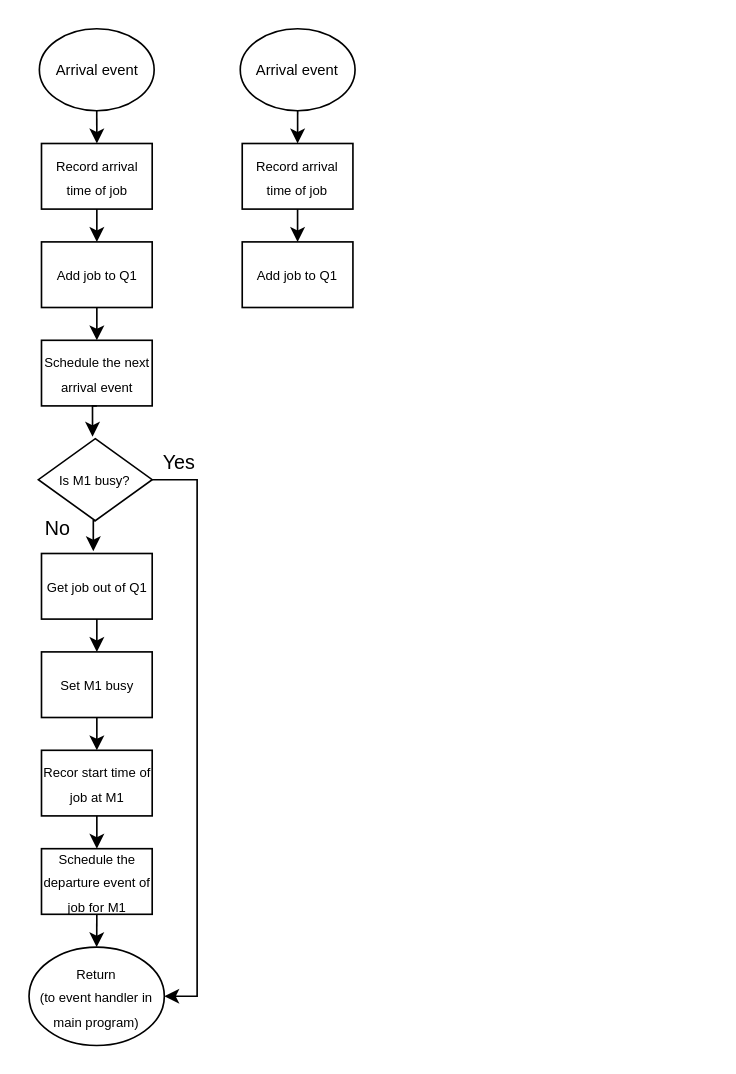
Above: MIC.drawio in Chaiyachet211311/MIC-1CV50 (draw.io), before the change. Source tidied: cells renumbered, new cells numbered last; positions are measured from the earlier drawing's top-left corner, leaving out a move shared by most shapes. Both pictures are drawn from the tidied source at 164%, with x=0, y=0 at pixel (28, 28).
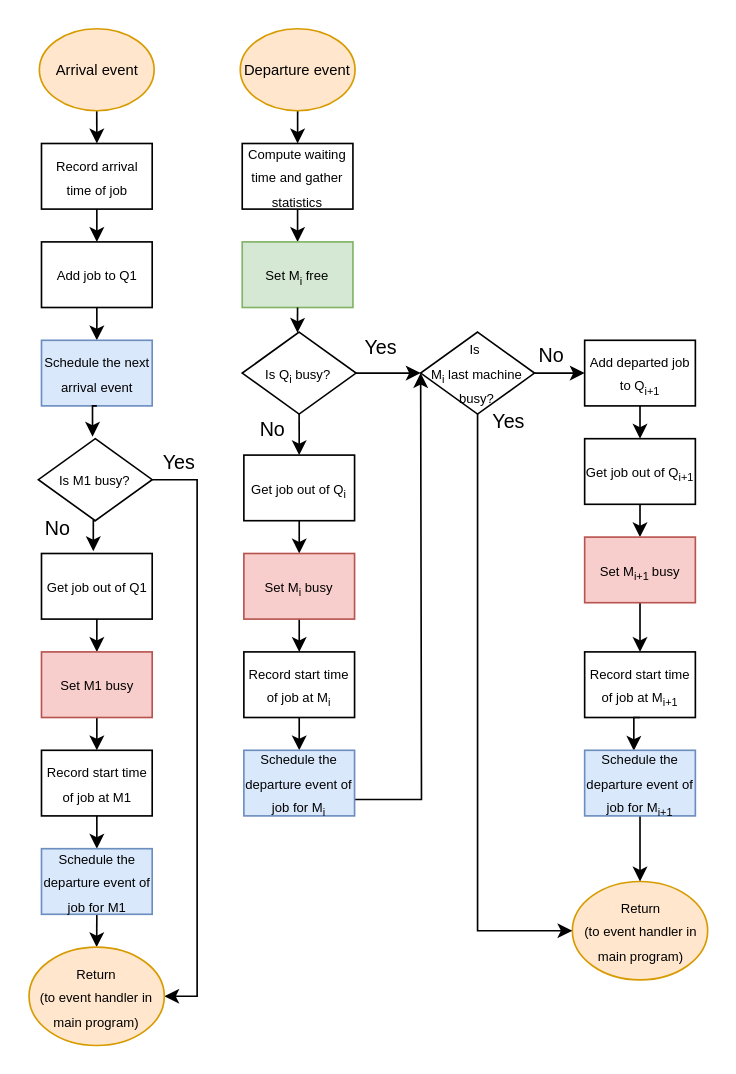
Above is the later version.

Diff of the diagram source:
```diff
@@
-    <mxCell id="3" value="&lt;font style=&quot;font-size: 9px;&quot;&gt;Arrival event&lt;/font&gt;" style="ellipse;whiteSpace=wrap;html=1;" parent="1" vertex="1">
+    <mxCell id="3" value="&lt;font style=&quot;font-size: 9px;&quot;&gt;Arrival event&lt;/font&gt;" style="ellipse;whiteSpace=wrap;html=1;fillColor=#ffe6cc;strokeColor=#d79b00;" parent="1" vertex="1">
       <mxGeometry x="6.5" width="70" height="50" as="geometry" />
     </mxCell>
@@
-    <mxCell id="8" value="&lt;font style=&quot;font-size: 8px;&quot;&gt;Schedule the next arrival event&lt;/font&gt;" style="rounded=0;whiteSpace=wrap;html=1;" parent="1" vertex="1">
+    <mxCell id="8" value="&lt;font style=&quot;font-size: 8px;&quot;&gt;Schedule the next arrival event&lt;/font&gt;" style="rounded=0;whiteSpace=wrap;html=1;fillColor=#dae8fc;strokeColor=#6c8ebf;" parent="1" vertex="1">
       <mxGeometry x="7.8" y="190" width="67.5" height="40" as="geometry" />
     </mxCell>
@@
-    <mxCell id="14" value="&lt;font style=&quot;font-size: 8px;&quot;&gt;Set M1 busy&lt;/font&gt;" style="rounded=0;whiteSpace=wrap;html=1;" parent="1" vertex="1">
+    <mxCell id="14" value="&lt;font style=&quot;font-size: 8px;&quot;&gt;Set M1 busy&lt;/font&gt;" style="rounded=0;whiteSpace=wrap;html=1;fillColor=#f8cecc;strokeColor=#b85450;" parent="1" vertex="1">
       <mxGeometry x="7.8" y="380" width="67.5" height="40" as="geometry" />
     </mxCell>
@@
-    <mxCell id="16" value="&lt;font style=&quot;font-size: 8px;&quot;&gt;Recor start time of job at M1&lt;/font&gt;" style="rounded=0;whiteSpace=wrap;html=1;" parent="1" vertex="1">
+    <mxCell id="16" value="&lt;font style=&quot;font-size: 8px;&quot;&gt;Record start time of job at M1&lt;/font&gt;" style="rounded=0;whiteSpace=wrap;html=1;" parent="1" vertex="1">
       <mxGeometry x="7.8" y="440" width="67.5" height="40" as="geometry" />
     </mxCell>
@@
-    <mxCell id="18" value="&lt;font style=&quot;font-size: 8px;&quot;&gt;Schedule the departure event of job for M1&lt;/font&gt;" style="rounded=0;whiteSpace=wrap;html=1;" parent="1" vertex="1">
+    <mxCell id="18" value="&lt;font style=&quot;font-size: 8px;&quot;&gt;Schedule the departure event of job for M1&lt;/font&gt;" style="rounded=0;whiteSpace=wrap;html=1;fillColor=#dae8fc;strokeColor=#6c8ebf;" parent="1" vertex="1">
       <mxGeometry x="7.8" y="500" width="67.5" height="40" as="geometry" />
     </mxCell>
-    <mxCell id="19" value="&lt;font style=&quot;font-size: 8px;&quot;&gt;Return&lt;/font&gt;&lt;div&gt;&lt;font style=&quot;font-size: 8px;&quot;&gt;(to event handler in main program)&lt;/font&gt;&lt;/div&gt;" style="ellipse;whiteSpace=wrap;html=1;" parent="1" vertex="1">
+    <mxCell id="19" value="&lt;font style=&quot;font-size: 8px;&quot;&gt;Return&lt;/font&gt;&lt;div&gt;&lt;font style=&quot;font-size: 8px;&quot;&gt;(to event handler in main program)&lt;/font&gt;&lt;/div&gt;" style="ellipse;whiteSpace=wrap;html=1;fillColor=#ffe6cc;strokeColor=#d79b00;" parent="1" vertex="1">
       <mxGeometry x="0.2" y="560" width="82.5" height="60" as="geometry" />
     </mxCell>
@@
-    <mxCell id="25" value="&lt;font style=&quot;font-size: 9px;&quot;&gt;Arrival event&lt;/font&gt;" style="ellipse;whiteSpace=wrap;html=1;" parent="1" vertex="1">
+    <mxCell id="25" value="&lt;font style=&quot;font-size: 9px;&quot;&gt;Departure event&lt;/font&gt;" style="ellipse;whiteSpace=wrap;html=1;fillColor=#ffe6cc;strokeColor=#d79b00;" parent="1" vertex="1">
       <mxGeometry x="129" width="70" height="50" as="geometry" />
     </mxCell>
@@
-    <mxCell id="27" value="&lt;font style=&quot;font-size: 8px;&quot;&gt;Record arrival time of job&lt;/font&gt;" style="rounded=0;whiteSpace=wrap;html=1;" parent="1" vertex="1">
+    <mxCell id="27" value="&lt;span style=&quot;font-size: 8px;&quot;&gt;Compute waiting time and gather statistics&lt;/span&gt;" style="rounded=0;whiteSpace=wrap;html=1;" parent="1" vertex="1">
       <mxGeometry x="130.2" y="70" width="67.5" height="40" as="geometry" />
     </mxCell>
-    <mxCell id="28" value="&lt;font style=&quot;font-size: 8px;&quot;&gt;Add job to Q1&lt;/font&gt;" style="rounded=0;whiteSpace=wrap;html=1;" parent="1" vertex="1">
+    <mxCell id="28" value="&lt;span style=&quot;font-size: 8px;&quot;&gt;Set M&lt;sub&gt;i&lt;/sub&gt; free&lt;/span&gt;" style="rounded=0;whiteSpace=wrap;html=1;fillColor=#d5e8d4;strokeColor=#82b366;" parent="1" vertex="1">
       <mxGeometry x="130.2" y="130" width="67.5" height="40" as="geometry" />
     </mxCell>
+    <mxCell id="29" style="edgeStyle=orthogonalEdgeStyle;rounded=0;jettySize=auto;html=1;exitX=1;exitY=0.5;exitDx=0;exitDy=0;entryX=0;entryY=0.5;entryDx=0;entryDy=0;" parent="1" edge="1" source="30" target="42">
+      <mxGeometry relative="1" as="geometry" />
+    </mxCell>
+    <mxCell id="30" value="&lt;font style=&quot;font-size: 8px;&quot;&gt;Is Q&lt;sub&gt;i&lt;/sub&gt; busy?&lt;/font&gt;" style="rhombus;whiteSpace=wrap;html=1;" parent="1" vertex="1">
+      <mxGeometry x="130.2" y="185" width="69.4" height="50" as="geometry" />
+    </mxCell>
+    <mxCell id="31" style="edgeStyle=orthogonalEdgeStyle;rounded=0;jettySize=auto;html=1;exitX=0.5;exitY=1;exitDx=0;exitDy=0;entryX=0.5;entryY=0;entryDx=0;entryDy=0;" parent="1" edge="1" source="32" target="34">
+      <mxGeometry relative="1" as="geometry" />
+    </mxCell>
+    <mxCell id="32" value="&lt;font style=&quot;font-size: 8px;&quot;&gt;Get job out of Q&lt;sub&gt;i&lt;/sub&gt;&lt;/font&gt;" style="rounded=0;whiteSpace=wrap;html=1;" parent="1" vertex="1">
+      <mxGeometry x="131.2" y="260" width="67.5" height="40" as="geometry" />
+    </mxCell>
+    <mxCell id="33" style="edgeStyle=orthogonalEdgeStyle;rounded=0;jettySize=auto;html=1;exitX=0.5;exitY=1;exitDx=0;exitDy=0;entryX=0.5;entryY=0;entryDx=0;entryDy=0;" parent="1" edge="1" source="34" target="36">
+      <mxGeometry relative="1" as="geometry" />
+    </mxCell>
+    <mxCell id="34" value="&lt;font style=&quot;font-size: 8px;&quot;&gt;Set M&lt;sub&gt;i&lt;/sub&gt; busy&lt;/font&gt;" style="rounded=0;whiteSpace=wrap;html=1;fillColor=#f8cecc;strokeColor=#b85450;" parent="1" vertex="1">
+      <mxGeometry x="131.2" y="320" width="67.5" height="40" as="geometry" />
+    </mxCell>
+    <mxCell id="35" style="edgeStyle=orthogonalEdgeStyle;rounded=0;jettySize=auto;html=1;exitX=0.5;exitY=1;exitDx=0;exitDy=0;entryX=0.5;entryY=0;entryDx=0;entryDy=0;" parent="1" edge="1" source="36" target="38">
+      <mxGeometry relative="1" as="geometry" />
+    </mxCell>
+    <mxCell id="36" value="&lt;font style=&quot;font-size: 8px;&quot;&gt;Record start time of job at M&lt;sub&gt;i&lt;/sub&gt;&lt;/font&gt;" style="rounded=0;whiteSpace=wrap;html=1;" parent="1" vertex="1">
+      <mxGeometry x="131.2" y="380" width="67.5" height="40" as="geometry" />
+    </mxCell>
+    <mxCell id="37" style="edgeStyle=orthogonalEdgeStyle;rounded=0;jettySize=auto;html=1;exitX=1;exitY=0.75;exitDx=0;exitDy=0;" parent="1" edge="1" source="38">
+      <mxGeometry relative="1" as="geometry">
+        <mxPoint x="239" y="210" as="targetPoint" />
+      </mxGeometry>
+    </mxCell>
+    <mxCell id="38" value="&lt;font style=&quot;font-size: 8px;&quot;&gt;Schedule the departure event of job for M&lt;sub&gt;i&lt;/sub&gt;&lt;/font&gt;" style="rounded=0;whiteSpace=wrap;html=1;fillColor=#dae8fc;strokeColor=#6c8ebf;" parent="1" vertex="1">
+      <mxGeometry x="131.2" y="440" width="67.5" height="40" as="geometry" />
+    </mxCell>
+    <mxCell id="39" value="&lt;font style=&quot;font-size: 8px;&quot;&gt;Return&lt;/font&gt;&lt;div&gt;&lt;font style=&quot;font-size: 8px;&quot;&gt;(to event handler in main program)&lt;/font&gt;&lt;/div&gt;" style="ellipse;whiteSpace=wrap;html=1;fillColor=#ffe6cc;strokeColor=#d79b00;" parent="1" vertex="1">
+      <mxGeometry x="331.5" y="520" width="82.5" height="60" as="geometry" />
+    </mxCell>
+    <mxCell id="40" style="edgeStyle=orthogonalEdgeStyle;rounded=0;jettySize=auto;html=1;exitX=1;exitY=0.5;exitDx=0;exitDy=0;entryX=0;entryY=0.5;entryDx=0;entryDy=0;" parent="1" edge="1" source="42" target="44">
+      <mxGeometry relative="1" as="geometry" />
+    </mxCell>
+    <mxCell id="41" style="edgeStyle=orthogonalEdgeStyle;rounded=0;jettySize=auto;html=1;exitX=0.5;exitY=1;exitDx=0;exitDy=0;entryX=0;entryY=0.5;entryDx=0;entryDy=0;" parent="1" edge="1" source="42" target="39">
+      <mxGeometry relative="1" as="geometry" />
+    </mxCell>
+    <mxCell id="42" value="&lt;font style=&quot;font-size: 8px;&quot;&gt;Is&amp;nbsp;&lt;/font&gt;&lt;div&gt;&lt;font style=&quot;font-size: 8px;&quot;&gt;M&lt;sub&gt;i&lt;/sub&gt;&amp;nbsp;last machine busy?&lt;/font&gt;&lt;/div&gt;" style="rhombus;whiteSpace=wrap;html=1;" parent="1" vertex="1">
+      <mxGeometry x="239" y="185" width="69.4" height="50" as="geometry" />
+    </mxCell>
+    <mxCell id="43" style="edgeStyle=orthogonalEdgeStyle;rounded=0;jettySize=auto;html=1;exitX=0.5;exitY=1;exitDx=0;exitDy=0;entryX=0.5;entryY=0;entryDx=0;entryDy=0;" parent="1" edge="1" source="44" target="46">
+      <mxGeometry relative="1" as="geometry" />
+    </mxCell>
+    <mxCell id="44" value="&lt;span style=&quot;font-size: 8px;&quot;&gt;Add departed job to Q&lt;sub&gt;i+1&lt;/sub&gt;&lt;/span&gt;" style="rounded=0;whiteSpace=wrap;html=1;" parent="1" vertex="1">
+      <mxGeometry x="339" y="190" width="67.5" height="40" as="geometry" />
+    </mxCell>
+    <mxCell id="45" style="edgeStyle=orthogonalEdgeStyle;rounded=0;jettySize=auto;html=1;exitX=0.5;exitY=1;exitDx=0;exitDy=0;entryX=0.5;entryY=0;entryDx=0;entryDy=0;" parent="1" edge="1" source="46" target="48">
+      <mxGeometry relative="1" as="geometry" />
+    </mxCell>
+    <mxCell id="46" value="&lt;span style=&quot;font-size: 8px;&quot;&gt;Get job out of Q&lt;sub&gt;i+1&lt;/sub&gt;&lt;/span&gt;" style="rounded=0;whiteSpace=wrap;html=1;" parent="1" vertex="1">
+      <mxGeometry x="339" y="250" width="67.5" height="40" as="geometry" />
+    </mxCell>
+    <mxCell id="47" style="edgeStyle=orthogonalEdgeStyle;rounded=0;jettySize=auto;html=1;exitX=0.5;exitY=1;exitDx=0;exitDy=0;entryX=0.5;entryY=0;entryDx=0;entryDy=0;" parent="1" edge="1" source="48" target="49">
+      <mxGeometry relative="1" as="geometry" />
+    </mxCell>
+    <mxCell id="48" value="&lt;span style=&quot;font-size: 8px;&quot;&gt;Set M&lt;sub&gt;i+1&lt;/sub&gt;&lt;/span&gt;&lt;span style=&quot;font-size: 8px;&quot;&gt;&lt;sub&gt;&amp;nbsp;&lt;/sub&gt;busy&lt;/span&gt;" style="rounded=0;whiteSpace=wrap;html=1;fillColor=#f8cecc;strokeColor=#b85450;" parent="1" vertex="1">
+      <mxGeometry x="339" y="310" width="67.5" height="40" as="geometry" />
+    </mxCell>
+    <mxCell id="49" value="&lt;span style=&quot;font-size: 8px;&quot;&gt;Record start time of job at M&lt;sub&gt;i+1&lt;/sub&gt;&lt;/span&gt;" style="rounded=0;whiteSpace=wrap;html=1;" parent="1" vertex="1">
+      <mxGeometry x="339" y="380" width="67.5" height="40" as="geometry" />
+    </mxCell>
+    <mxCell id="50" style="edgeStyle=orthogonalEdgeStyle;rounded=0;jettySize=auto;html=1;exitX=0.5;exitY=1;exitDx=0;exitDy=0;entryX=0.485;entryY=0.008;entryDx=0;entryDy=0;entryPerimeter=0;" parent="1" edge="1" source="28" target="30">
+      <mxGeometry relative="1" as="geometry" />
+    </mxCell>
+    <mxCell id="51" style="edgeStyle=orthogonalEdgeStyle;rounded=0;jettySize=auto;html=1;exitX=0.5;exitY=1;exitDx=0;exitDy=0;entryX=0.5;entryY=0;entryDx=0;entryDy=0;" parent="1" edge="1" source="30" target="32">
+      <mxGeometry relative="1" as="geometry" />
+    </mxCell>
+    <mxCell id="52" value="No" style="text;html=1;whiteSpace=wrap;strokeColor=none;fillColor=none;align=center;verticalAlign=middle;rounded=0;" parent="1" vertex="1">
+      <mxGeometry x="129" y="235" width="40" height="20" as="geometry" />
+    </mxCell>
+    <mxCell id="53" value="Yes" style="text;html=1;whiteSpace=wrap;strokeColor=none;fillColor=none;align=center;verticalAlign=middle;rounded=0;" parent="1" vertex="1">
+      <mxGeometry x="278.4" y="235" width="30" height="10" as="geometry" />
+    </mxCell>
+    <mxCell id="54" value="No" style="text;html=1;whiteSpace=wrap;strokeColor=none;fillColor=none;align=center;verticalAlign=middle;rounded=0;" parent="1" vertex="1">
+      <mxGeometry x="299" y="190" width="40" height="20" as="geometry" />
+    </mxCell>
+    <mxCell id="55" style="edgeStyle=orthogonalEdgeStyle;rounded=0;jettySize=auto;html=1;exitX=0.5;exitY=1;exitDx=0;exitDy=0;entryX=0.444;entryY=0.007;entryDx=0;entryDy=0;entryPerimeter=0;" parent="1" edge="1" source="49" target="57">
+      <mxGeometry relative="1" as="geometry" />
+    </mxCell>
+    <mxCell id="56" style="edgeStyle=orthogonalEdgeStyle;rounded=0;jettySize=auto;html=1;exitX=0.5;exitY=1;exitDx=0;exitDy=0;entryX=0.5;entryY=0;entryDx=0;entryDy=0;" parent="1" edge="1" source="57" target="39">
+      <mxGeometry relative="1" as="geometry" />
+    </mxCell>
+    <mxCell id="57" value="&lt;font style=&quot;font-size: 8px;&quot;&gt;Schedule the departure event of job for M&lt;sub&gt;i+1&lt;/sub&gt;&lt;/font&gt;" style="rounded=0;whiteSpace=wrap;html=1;fillColor=#dae8fc;strokeColor=#6c8ebf;" parent="1" vertex="1">
+      <mxGeometry x="339" y="440" width="67.5" height="40" as="geometry" />
+    </mxCell>
+    <mxCell id="58" value="Yes" style="text;html=1;whiteSpace=wrap;strokeColor=none;fillColor=none;align=center;verticalAlign=middle;rounded=0;" parent="1" vertex="1">
+      <mxGeometry x="199.6" y="190" width="30" height="10" as="geometry" />
+    </mxCell>
```
